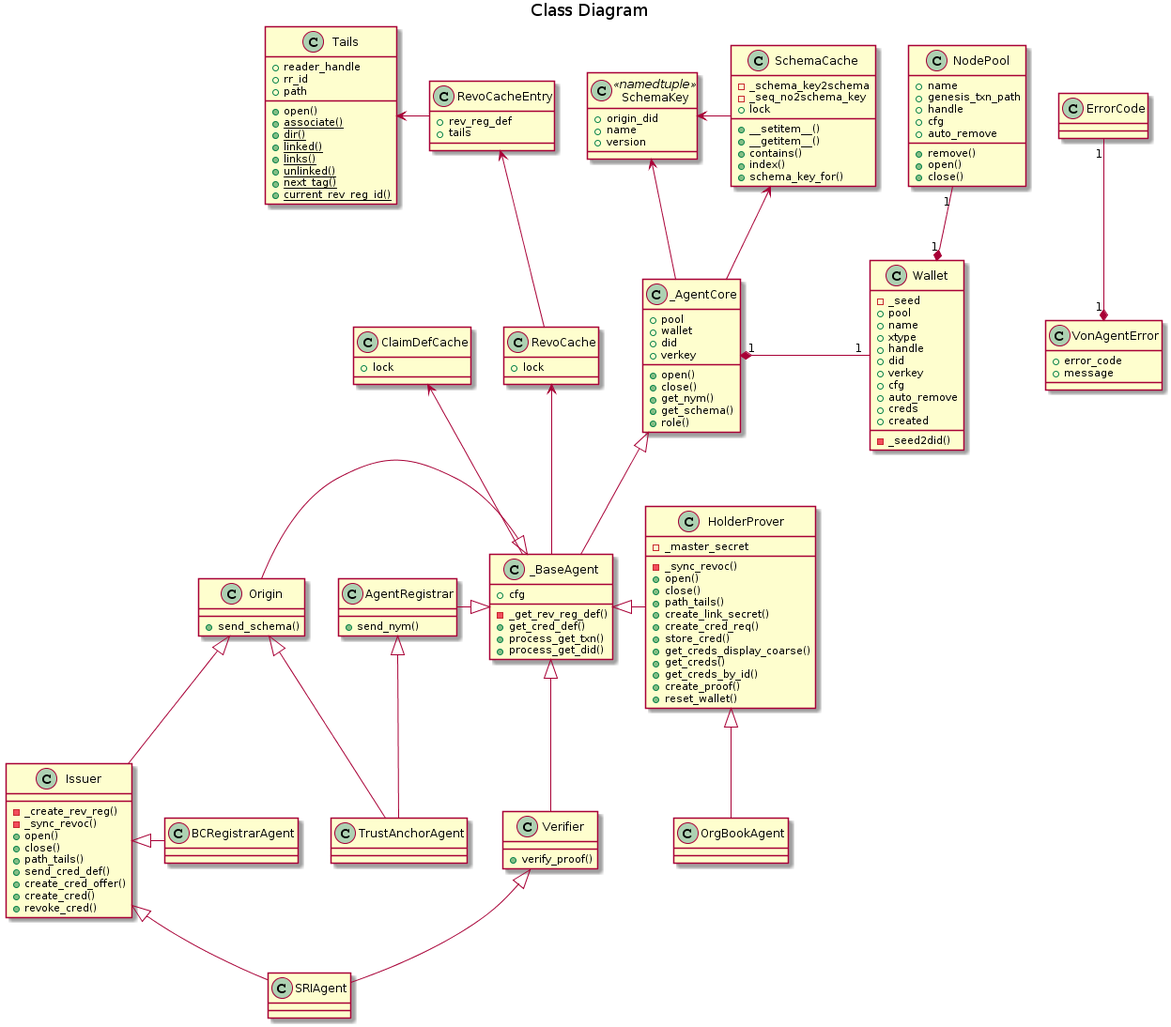
Above: doc/pic/class.png in PSPC-SPAC-buyandsell/von_base (PlantUML), before the change.
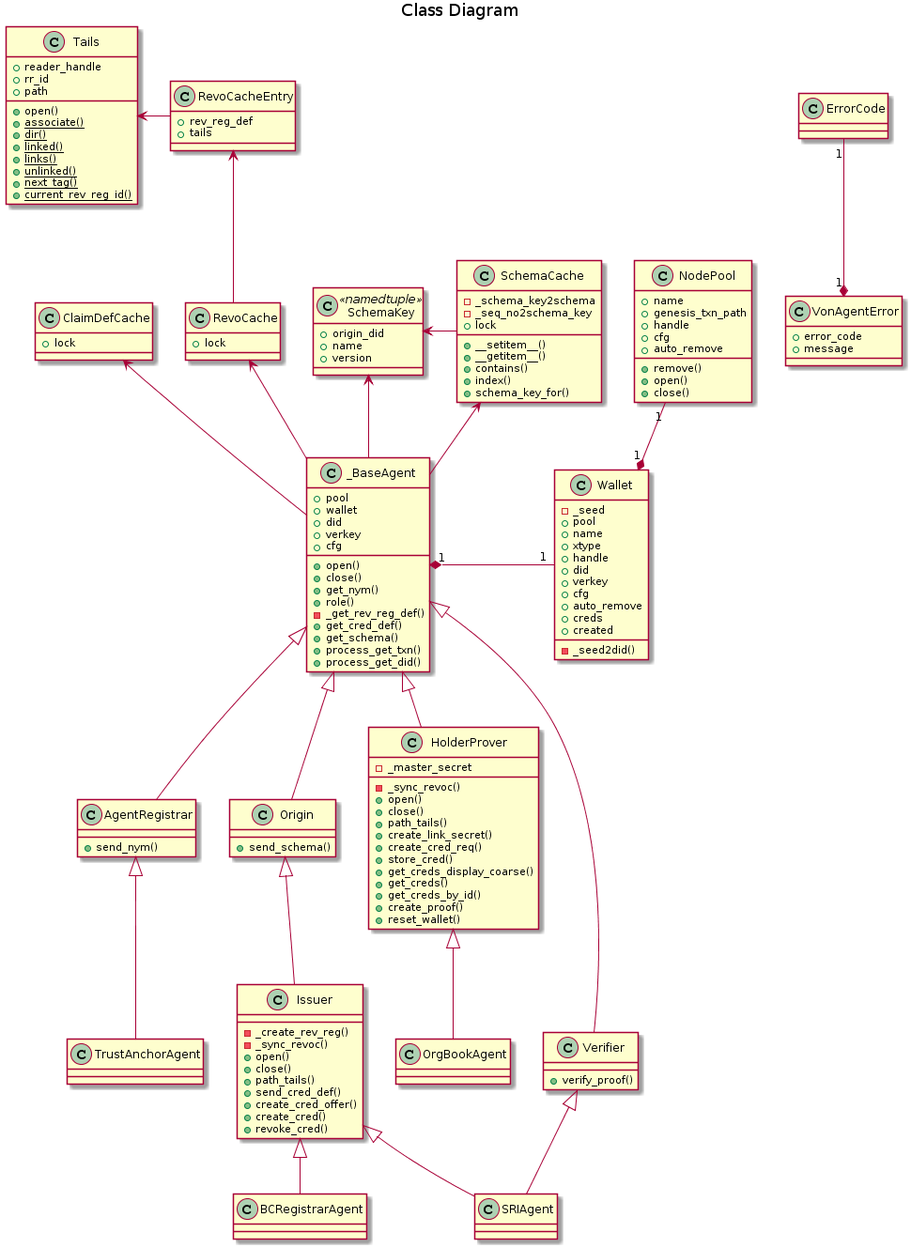
After the change.

What changed in the source:
```diff
@@ -80,22 +80,19 @@
     +close()
 }
 
-class _AgentCore {
+class _BaseAgent {
     +pool
     +wallet
     +did
     +verkey
     +open()
     +close()
+    +cfg
     +get_nym()
-    +get_schema()
     +role()
-}
-
-class _BaseAgent {
-    +cfg
     -_get_rev_reg_def()
     +get_cred_def()
+    +get_schema()
     +process_get_txn()
     +process_get_did()
 }
@@ -154,10 +151,10 @@
 
 VonAgentError "1" *-up- "1" ErrorCode
 SchemaCache -left-> SchemaKey
-_AgentCore -left-> SchemaKey
+_BaseAgent -left-> SchemaKey
 
-_AgentCore -up-> SchemaCache
-_AgentCore "1" *-right- "1" Wallet
+_BaseAgent -up-> SchemaCache
+_BaseAgent "1" *-right- "1" Wallet
 Wallet "1" *-up- "1" NodePool
 
 RevoCacheEntry -left-> Tails
@@ -167,20 +164,18 @@
 _BaseAgent -up-> RevoCache
 
 _BaseAgent -up-> ClaimDefCache
-_AgentCore <|-down- _BaseAgent
-_BaseAgent <|-left- AgentRegistrar
-_BaseAgent <|-left- Origin
-_BaseAgent <|-right- HolderProver
-_BaseAgent <|-right- Verifier
+_BaseAgent <|-down- AgentRegistrar
+_BaseAgent <|-down- Origin
+_BaseAgent <|-down- HolderProver
+_BaseAgent <|-down- Verifier
 
 AgentRegistrar <|-down- TrustAnchorAgent
-Origin <|-down- TrustAnchorAgent
 Origin <|-down- Issuer
 
 Issuer <|-down- SRIAgent
 Verifier <|-down- SRIAgent
 
-Issuer <|- BCRegistrarAgent
+Issuer <|-down- BCRegistrarAgent
 
 HolderProver <|-down- OrgBookAgent
 @enduml
```
